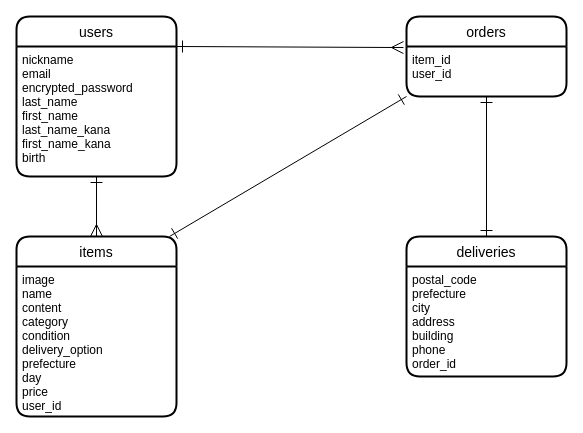
This is furima.dio from umaumau/furima-39445, a draw.io file, before an edit. Source tidied: cells renumbered, new cells numbered last; positions are measured from the earlier drawing's top-left corner, leaving out a move shared by most shapes. Both pictures are drawn from the tidied source at 100%, with x=0, y=0 at pixel (16, 16).
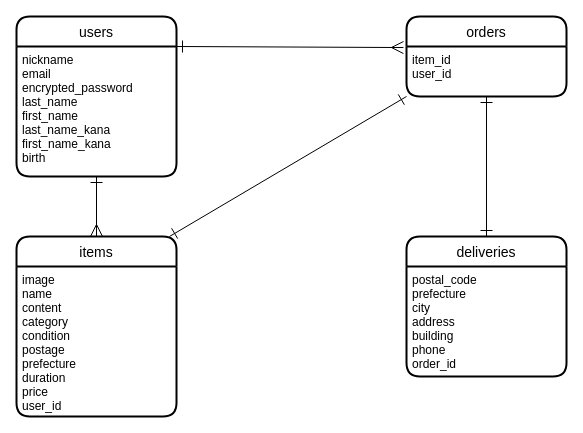
The same diagram, later.

Commit message (it also covers changes not shown here):
データベース設計修正2

Diff of the diagram source:
```diff
@@
 <mxGraphModel>
   <root>
     <mxCell id="0" />
     <mxCell id="1" parent="0" />
     <mxCell id="2" value="users" style="swimlane;horizontal=1;startSize=30;rounded=1;fontSize=14;fontStyle=0;strokeWidth=2;shadow=0;dashed=0;align=center;" parent="1" vertex="1">
       <mxGeometry width="160" height="160" as="geometry" />
     </mxCell>
     <mxCell id="3" value="nickname&#10;email&#10;encrypted_password&#10;last_name&#10;first_name&#10;last_name_kana&#10;first_name_kana&#10;birth" style="align=left;strokeColor=none;fillColor=none;spacingLeft=4;fontSize=12;verticalAlign=top;" parent="2" vertex="1">
       <mxGeometry y="30" width="160" height="130" as="geometry" />
     </mxCell>
     <mxCell id="4" value="orders" style="swimlane;horizontal=1;startSize=30;rounded=1;fontSize=14;fontStyle=0;strokeWidth=2;shadow=0;dashed=0;align=center;" parent="1" vertex="1">
       <mxGeometry x="390" width="160" height="80" as="geometry" />
     </mxCell>
     <mxCell id="5" value="item_id&#10;user_id" style="align=left;strokeColor=none;fillColor=none;spacingLeft=4;fontSize=12;verticalAlign=top;" parent="4" vertex="1">
       <mxGeometry y="30" width="160" height="50" as="geometry" />
     </mxCell>
     <mxCell id="6" value="items" style="swimlane;horizontal=1;startSize=30;rounded=1;fontSize=14;fontStyle=0;strokeWidth=2;shadow=0;dashed=0;align=center;" parent="1" vertex="1">
       <mxGeometry y="220" width="160" height="180" as="geometry" />
     </mxCell>
-    <mxCell id="7" value="image&#10;name&#10;content&#10;category&#10;condition&#10;delivery_option&#10;prefecture&#10;day&#10;price&#10;user_id" style="align=left;strokeColor=none;fillColor=none;spacingLeft=4;fontSize=12;verticalAlign=top;" parent="6" vertex="1">
+    <mxCell id="7" value="image&#10;name&#10;content&#10;category&#10;condition&#10;postage&#10;prefecture&#10;duration&#10;price&#10;user_id" style="align=left;strokeColor=none;fillColor=none;spacingLeft=4;fontSize=12;verticalAlign=top;" parent="6" vertex="1">
       <mxGeometry y="30" width="160" height="150" as="geometry" />
     </mxCell>
     <mxCell id="8" value="deliveries" style="swimlane;horizontal=1;startSize=30;rounded=1;fontSize=14;fontStyle=0;strokeWidth=2;shadow=0;dashed=0;align=center;" parent="1" vertex="1">
       <mxGeometry x="390" y="220" width="160" height="140" as="geometry" />
     </mxCell>
     <mxCell id="9" value="postal_code&#10;prefecture&#10;city&#10;address&#10;building&#10;phone&#10;order_id" style="align=left;strokeColor=none;fillColor=none;spacingLeft=4;fontSize=12;verticalAlign=top;" parent="8" vertex="1">
       <mxGeometry y="30" width="160" height="110" as="geometry" />
     </mxCell>
     <mxCell id="10" style="edgeStyle=none;html=1;exitX=1;exitY=0;exitDx=0;exitDy=0;entryX=-0.019;entryY=0.388;entryDx=0;entryDy=0;entryPerimeter=0;endArrow=ERmany;endFill=0;startArrow=ERone;startFill=0;endSize=10;startSize=10;" parent="1" edge="1" source="3" target="4">
       <mxGeometry relative="1" as="geometry" />
     </mxCell>
     <mxCell id="11" style="edgeStyle=none;html=1;exitX=0.5;exitY=1;exitDx=0;exitDy=0;startArrow=ERone;startFill=0;endArrow=ERmany;endFill=0;endSize=10;startSize=10;" parent="1" edge="1" source="3">
       <mxGeometry relative="1" as="geometry">
         <mxPoint x="80" y="220" as="targetPoint" />
       </mxGeometry>
     </mxCell>
     <mxCell id="12" style="edgeStyle=none;html=1;exitX=0.5;exitY=1;exitDx=0;exitDy=0;entryX=0.5;entryY=0;entryDx=0;entryDy=0;startArrow=ERone;startFill=0;endArrow=ERone;endFill=0;startSize=10;endSize=10;" parent="1" edge="1" source="5" target="8">
       <mxGeometry relative="1" as="geometry" />
     </mxCell>
     <mxCell id="13" style="edgeStyle=none;html=1;exitX=0;exitY=1;exitDx=0;exitDy=0;entryX=0.956;entryY=0;entryDx=0;entryDy=0;startArrow=ERone;startFill=0;endArrow=ERone;endFill=0;endSize=10;startSize=10;entryPerimeter=0;" parent="1" edge="1" source="5" target="6">
       <mxGeometry relative="1" as="geometry" />
     </mxCell>
   </root>
 </mxGraphModel>
```
